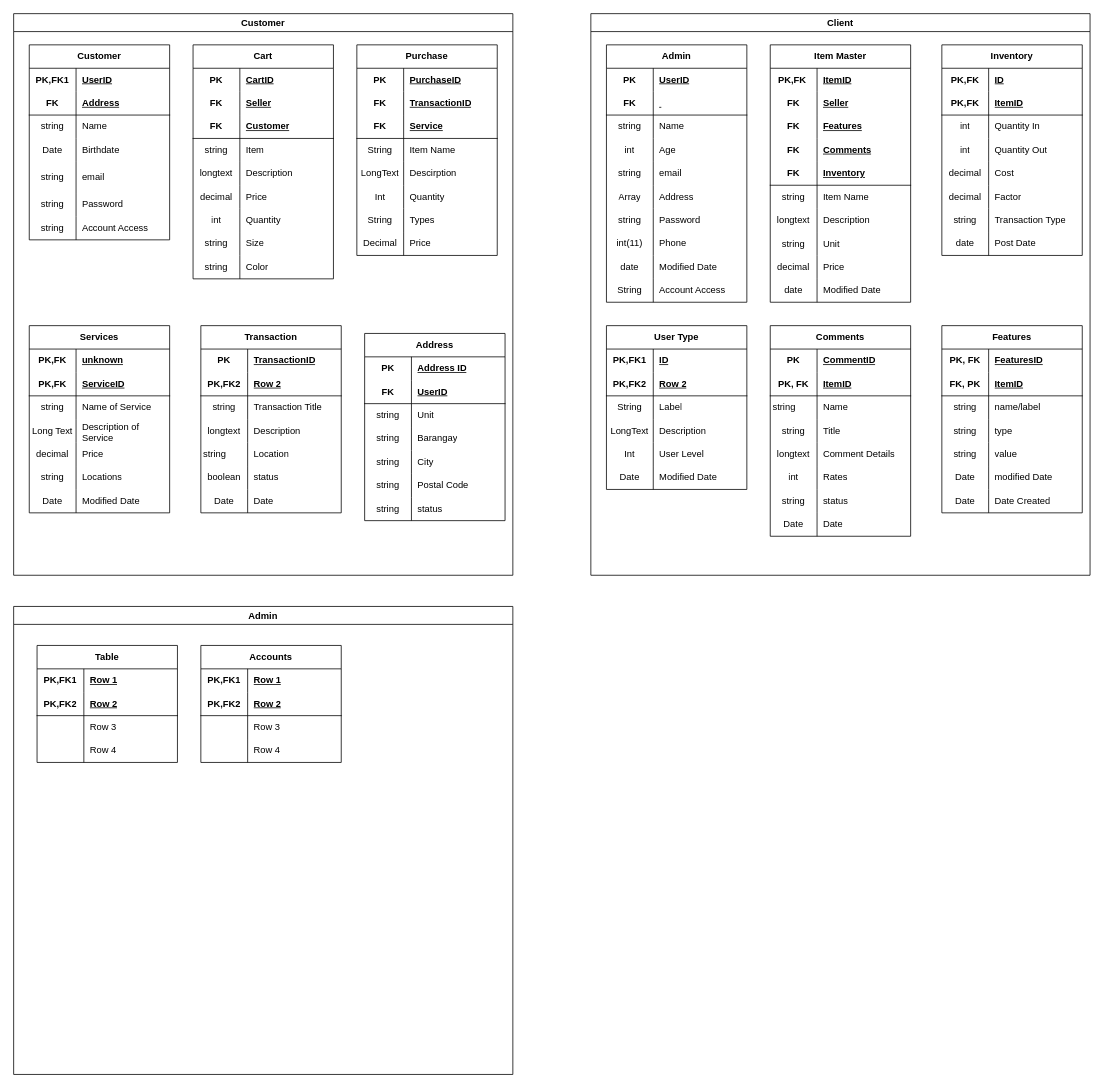
Before: Untitled Diagram.drawio in clydeaaron/ERD, a draw.io diagram. Source tidied: cells renumbered, new cells numbered last; positions are measured from the earlier drawing's top-left corner, leaving out a move shared by most shapes. Both pictures are drawn from the tidied source at 78%, with x=0, y=0 at pixel (13, 13).
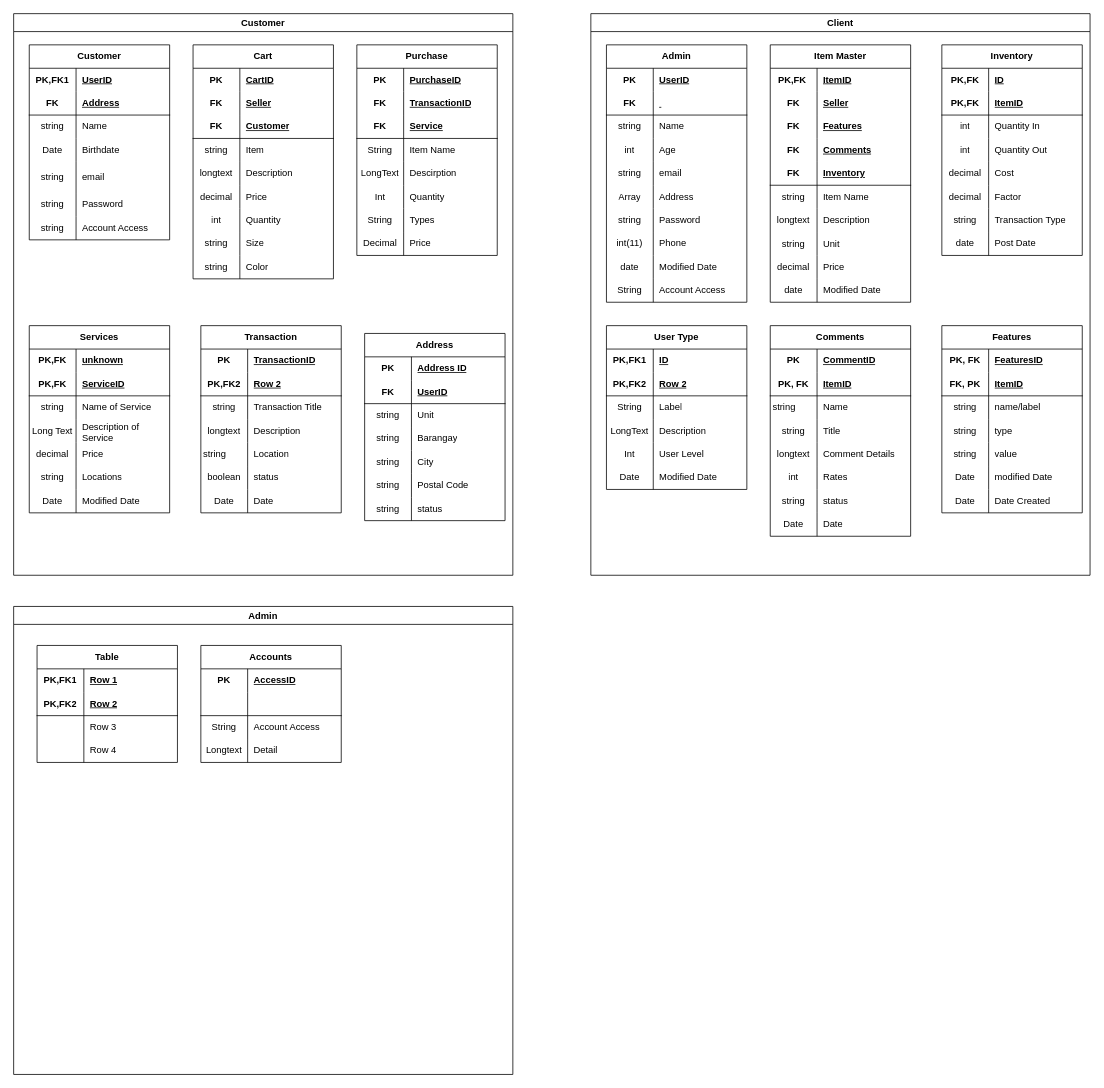
The same diagram, later.

Commit message:
New Format for User Address

Unchanged cells that the change refers to:
```xml
<mxCell id="313" style="shape=tableRow;horizontal=0;startSize=0;swimlaneHead=0;swimlaneBody=0;fillColor=none;top=0;left=0;right=0;bottom=0;html=1;" parent="312" vertex="1">
  <mxGeometry y="30" width="180" height="30" as="geometry" />
</mxCell>
<mxCell id="316" style="shape=tableRow;horizontal=0;startSize=0;swimlaneHead=0;swimlaneBody=0;fillColor=none;top=0;left=0;right=0;bottom=1;html=1;" parent="312" vertex="1">
  <mxGeometry y="60" width="180" height="30" as="geometry" />
</mxCell>
<mxCell id="319" style="shape=tableRow;horizontal=0;startSize=0;swimlaneHead=0;swimlaneBody=0;fillColor=none;top=0;left=0;right=0;bottom=0;html=1;" parent="312" vertex="1">
  <mxGeometry y="90" width="180" height="30" as="geometry" />
</mxCell>
<mxCell id="322" style="shape=tableRow;horizontal=0;startSize=0;swimlaneHead=0;swimlaneBody=0;fillColor=none;top=0;left=0;right=0;bottom=0;html=1;" parent="312" vertex="1">
  <mxGeometry y="120" width="180" height="30" as="geometry" />
</mxCell>
```

What changed in the source:
```diff
@@
-    <mxCell id="314" value="PK,FK1" style="shape=partialRectangle;fillColor=none;top=0;left=0;bottom=0;right=0;fontStyle=1;overflow=hidden;html=1;whiteSpace=wrap;" parent="313" vertex="1">
+    <mxCell id="314" value="PK" style="shape=partialRectangle;fillColor=none;top=0;left=0;bottom=0;right=0;fontStyle=1;overflow=hidden;html=1;whiteSpace=wrap;" parent="313" vertex="1">
       <mxGeometry width="60" height="30" as="geometry" />
     </mxCell>
-    <mxCell id="315" value="Row 1" style="shape=partialRectangle;fillColor=none;top=0;left=0;bottom=0;right=0;align=left;spacingLeft=6;fontStyle=5;overflow=hidden;html=1;whiteSpace=wrap;" parent="313" vertex="1">
+    <mxCell id="315" value="AccessID" style="shape=partialRectangle;fillColor=none;top=0;left=0;bottom=0;right=0;align=left;spacingLeft=6;fontStyle=5;overflow=hidden;html=1;whiteSpace=wrap;" parent="313" vertex="1">
       <mxGeometry x="60" width="120" height="30" as="geometry" />
     </mxCell>
@@
-    <mxCell id="317" value="PK,FK2" style="shape=partialRectangle;fillColor=none;top=0;left=0;bottom=0;right=0;fontStyle=1;overflow=hidden;html=1;whiteSpace=wrap;" parent="316" vertex="1">
+    <mxCell id="317" style="shape=partialRectangle;fillColor=none;top=0;left=0;bottom=0;right=0;fontStyle=1;overflow=hidden;html=1;whiteSpace=wrap;" parent="316" vertex="1">
       <mxGeometry width="60" height="30" as="geometry" />
     </mxCell>
-    <mxCell id="318" value="Row 2" style="shape=partialRectangle;fillColor=none;top=0;left=0;bottom=0;right=0;align=left;spacingLeft=6;fontStyle=5;overflow=hidden;html=1;whiteSpace=wrap;" parent="316" vertex="1">
+    <mxCell id="318" style="shape=partialRectangle;fillColor=none;top=0;left=0;bottom=0;right=0;align=left;spacingLeft=6;fontStyle=5;overflow=hidden;html=1;whiteSpace=wrap;" parent="316" vertex="1">
       <mxGeometry x="60" width="120" height="30" as="geometry" />
     </mxCell>
@@
-    <mxCell id="320" style="shape=partialRectangle;fillColor=none;top=0;left=0;bottom=0;right=0;overflow=hidden;html=1;whiteSpace=wrap;" parent="319" vertex="1">
+    <mxCell id="320" value="String" style="shape=partialRectangle;fillColor=none;top=0;left=0;bottom=0;right=0;overflow=hidden;html=1;whiteSpace=wrap;" parent="319" vertex="1">
       <mxGeometry width="60" height="30" as="geometry" />
     </mxCell>
-    <mxCell id="321" value="Row 3" style="shape=partialRectangle;fillColor=none;top=0;left=0;bottom=0;right=0;align=left;spacingLeft=6;overflow=hidden;html=1;whiteSpace=wrap;" parent="319" vertex="1">
+    <mxCell id="321" value="Account Access" style="shape=partialRectangle;fillColor=none;top=0;left=0;bottom=0;right=0;align=left;spacingLeft=6;overflow=hidden;html=1;whiteSpace=wrap;" parent="319" vertex="1">
       <mxGeometry x="60" width="120" height="30" as="geometry" />
     </mxCell>
@@
-    <mxCell id="323" style="shape=partialRectangle;fillColor=none;top=0;left=0;bottom=0;right=0;overflow=hidden;html=1;whiteSpace=wrap;" parent="322" vertex="1">
+    <mxCell id="323" value="Longtext" style="shape=partialRectangle;fillColor=none;top=0;left=0;bottom=0;right=0;overflow=hidden;html=1;whiteSpace=wrap;" parent="322" vertex="1">
       <mxGeometry width="60" height="30" as="geometry" />
     </mxCell>
-    <mxCell id="324" value="Row 4" style="shape=partialRectangle;fillColor=none;top=0;left=0;bottom=0;right=0;align=left;spacingLeft=6;overflow=hidden;html=1;whiteSpace=wrap;" parent="322" vertex="1">
+    <mxCell id="324" value="Detail" style="shape=partialRectangle;fillColor=none;top=0;left=0;bottom=0;right=0;align=left;spacingLeft=6;overflow=hidden;html=1;whiteSpace=wrap;" parent="322" vertex="1">
       <mxGeometry x="60" width="120" height="30" as="geometry" />
     </mxCell>
```
